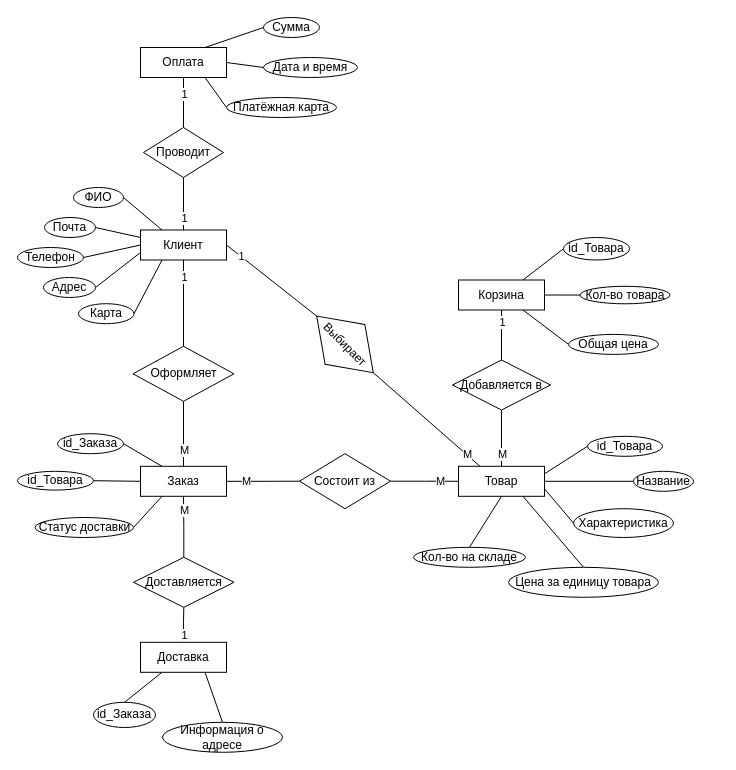
This is page "Концептуальная модель" (7 of 8) of Все диаграммы.drawio from AnnaOtchina/AnnaKyrsach, a draw.io file, before an edit. Source tidied: cells renumbered, new cells numbered last; positions are measured from the earlier drawing's top-left corner, leaving out a move shared by most shapes. Both pictures are drawn from the tidied source at 100%, with x=0, y=0 at pixel (17, 17).
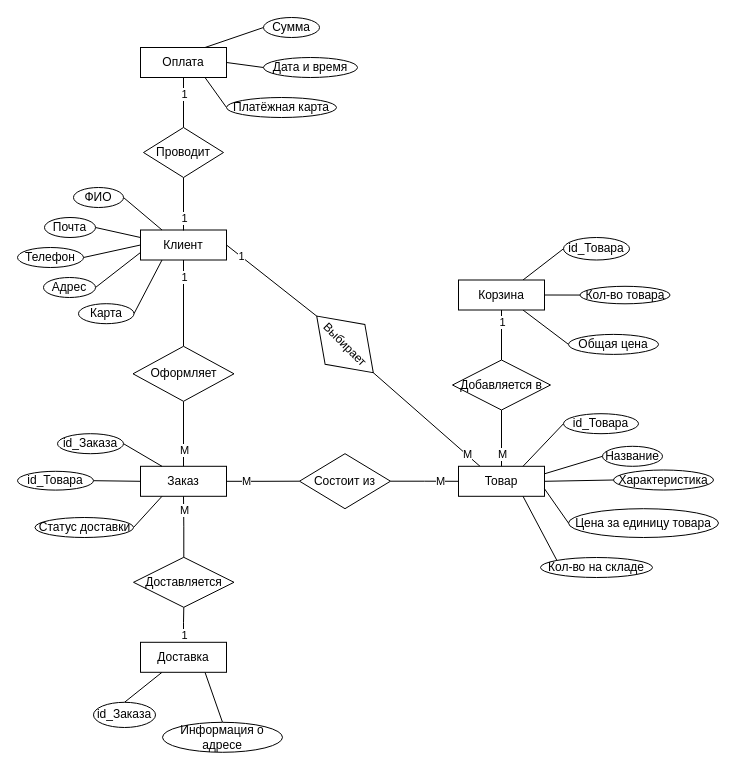
After the change.

Unchanged cells that the change refers to:
```xml
<mxCell id="24" value="Товар" style="rounded=0;whiteSpace=wrap;html=1;" parent="1" vertex="1">
  <mxGeometry x="441" y="448.8" width="86" height="30" as="geometry" />
</mxCell>
```

Change to the diagram source:
```diff
@@
-    <mxCell id="49" style="rounded=0;jettySize=auto;html=1;exitX=0;exitY=0.5;exitDx=0;exitDy=0;entryX=1;entryY=0.25;entryDx=0;entryDy=0;endArrow=none;endFill=0;" parent="1" edge="1" source="50" target="24">
+    <mxCell id="49" style="rounded=0;jettySize=auto;html=1;exitX=0;exitY=0.5;exitDx=0;exitDy=0;entryX=0.75;entryY=0;entryDx=0;entryDy=0;endArrow=none;endFill=0;" parent="1" edge="1" source="50" target="24">
       <mxGeometry relative="1" as="geometry" />
     </mxCell>
     <mxCell id="50" value="id_Товара" style="ellipse;whiteSpace=wrap;html=1;" parent="1" vertex="1">
-      <mxGeometry x="570" y="418.8" width="75" height="20" as="geometry" />
+      <mxGeometry x="546" y="396.2" width="75" height="20" as="geometry" />
     </mxCell>
-    <mxCell id="51" style="rounded=0;jettySize=auto;html=1;exitX=0;exitY=0.5;exitDx=0;exitDy=0;entryX=1;entryY=0.5;entryDx=0;entryDy=0;endArrow=none;endFill=0;" parent="1" edge="1" source="52" target="24">
+    <mxCell id="51" style="rounded=0;jettySize=auto;html=1;exitX=0;exitY=0.5;exitDx=0;exitDy=0;entryX=1;entryY=0.25;entryDx=0;entryDy=0;endArrow=none;endFill=0;" parent="1" edge="1" source="52" target="24">
       <mxGeometry relative="1" as="geometry" />
     </mxCell>
     <mxCell id="52" value="Название" style="ellipse;whiteSpace=wrap;html=1;" parent="1" vertex="1">
-      <mxGeometry x="616" y="453.8" width="60" height="20" as="geometry" />
+      <mxGeometry x="585" y="428.8" width="60" height="20" as="geometry" />
     </mxCell>
-    <mxCell id="53" style="rounded=0;jettySize=auto;html=1;exitX=0.5;exitY=0;exitDx=0;exitDy=0;entryX=0.75;entryY=1;entryDx=0;entryDy=0;endArrow=none;endFill=0;" parent="1" edge="1" source="54" target="24">
+    <mxCell id="53" style="rounded=0;jettySize=auto;html=1;exitX=0;exitY=0.5;exitDx=0;exitDy=0;entryX=1;entryY=0.75;entryDx=0;entryDy=0;endArrow=none;endFill=0;" parent="1" edge="1" source="54" target="24">
       <mxGeometry relative="1" as="geometry" />
     </mxCell>
     <mxCell id="54" value="Цена за единицу товара" style="ellipse;whiteSpace=wrap;html=1;" parent="1" vertex="1">
-      <mxGeometry x="491" y="549.8" width="150" height="30" as="geometry" />
+      <mxGeometry x="551" y="491.2" width="150" height="28.8" as="geometry" />
     </mxCell>
-    <mxCell id="55" style="rounded=0;jettySize=auto;html=1;exitX=0;exitY=0.5;exitDx=0;exitDy=0;entryX=1;entryY=0.75;entryDx=0;entryDy=0;endArrow=none;endFill=0;" parent="1" edge="1" source="56" target="24">
+    <mxCell id="55" style="rounded=0;jettySize=auto;html=1;exitX=0;exitY=0.5;exitDx=0;exitDy=0;entryX=1;entryY=0.5;entryDx=0;entryDy=0;endArrow=none;endFill=0;" parent="1" edge="1" source="56" target="24">
       <mxGeometry relative="1" as="geometry" />
     </mxCell>
     <mxCell id="56" value="Характеристика" style="ellipse;whiteSpace=wrap;html=1;" parent="1" vertex="1">
-      <mxGeometry x="556" y="491.2" width="100" height="28.8" as="geometry" />
+      <mxGeometry x="596" y="452.5" width="100" height="20" as="geometry" />
     </mxCell>
-    <mxCell id="57" style="rounded=0;jettySize=auto;html=1;exitX=0.5;exitY=0;exitDx=0;exitDy=0;entryX=0.5;entryY=1;entryDx=0;entryDy=0;endArrow=none;endFill=0;" parent="1" edge="1" source="58" target="24">
+    <mxCell id="57" style="rounded=0;jettySize=auto;html=1;exitX=0;exitY=0;exitDx=0;exitDy=0;entryX=0.75;entryY=1;entryDx=0;entryDy=0;endArrow=none;endFill=0;" parent="1" edge="1" source="58" target="24">
       <mxGeometry relative="1" as="geometry" />
     </mxCell>
     <mxCell id="58" value="Кол-во на складе" style="ellipse;whiteSpace=wrap;html=1;" parent="1" vertex="1">
-      <mxGeometry x="396" y="529.8" width="112" height="20" as="geometry" />
+      <mxGeometry x="523" y="540" width="112" height="20" as="geometry" />
     </mxCell>
```
